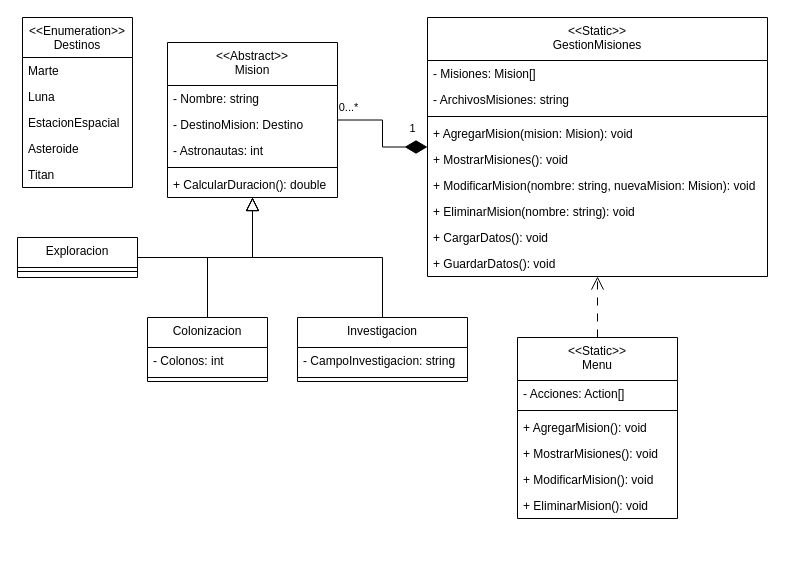
This is Persistencia/AgenciaEspacial/misiones.drawio from fede-vazquez/clases_cs, a draw.io file, before an edit. Source tidied: cells renumbered, new cells numbered last; positions are measured from the earlier drawing's top-left corner, leaving out a move shared by most shapes. Both pictures are drawn from the tidied source at 100%, with x=0, y=0 at pixel (17, 17).
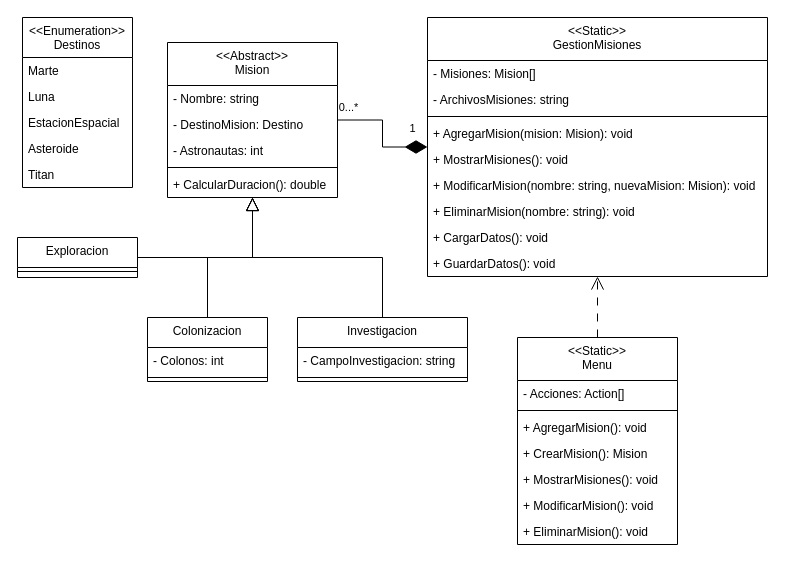
The same page after the edit.

The edit, as a diff of the source:
```diff
@@
     <mxCell id="35" value="&lt;&lt;Static&gt;&gt;&#10;Menu" style="swimlane;fontStyle=0;align=center;verticalAlign=top;horizontal=1;startSize=43;rounded=0;shadow=0;strokeWidth=1;" parent="1" vertex="1">
-      <mxGeometry x="500" y="320" width="160" height="181" as="geometry" />
+      <mxGeometry x="500" y="320" width="160" height="207" as="geometry" />
     </mxCell>
@@
+    <mxCell id="46" value="+ CrearMision(): Mision" style="text;align=left;verticalAlign=top;spacingLeft=4;spacingRight=4;overflow=hidden;" parent="35" vertex="1">
+      <mxGeometry y="103" width="160" height="26" as="geometry" />
+    </mxCell>
     <mxCell id="39" value="+ MostrarMisiones(): void" style="text;align=left;verticalAlign=top;spacingLeft=4;spacingRight=4;overflow=hidden;" parent="35" vertex="1">
-      <mxGeometry y="103" width="160" height="26" as="geometry" />
+      <mxGeometry y="129" width="160" height="26" as="geometry" />
     </mxCell>
     <mxCell id="40" value="+ ModificarMision(): void" style="text;align=left;verticalAlign=top;spacingLeft=4;spacingRight=4;overflow=hidden;" parent="35" vertex="1">
-      <mxGeometry y="129" width="160" height="26" as="geometry" />
+      <mxGeometry y="155" width="160" height="26" as="geometry" />
     </mxCell>
     <mxCell id="41" value="+ EliminarMision(): void" style="text;align=left;verticalAlign=top;spacingLeft=4;spacingRight=4;overflow=hidden;" parent="35" vertex="1">
-      <mxGeometry y="155" width="160" height="26" as="geometry" />
+      <mxGeometry y="181" width="160" height="26" as="geometry" />
     </mxCell>
```
